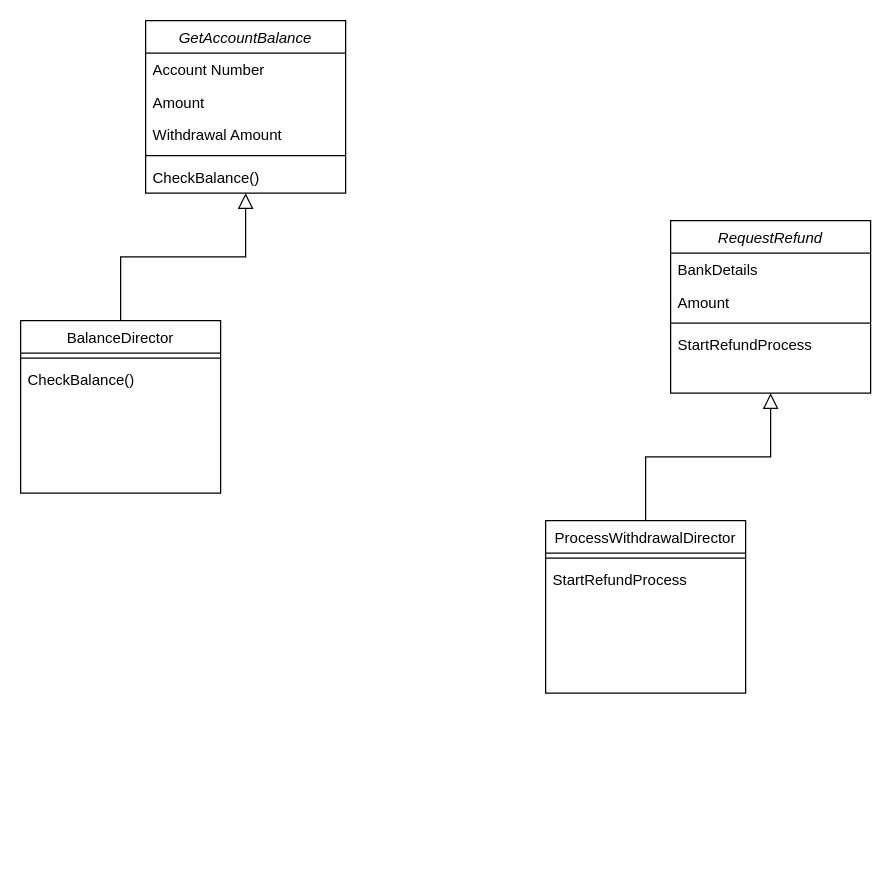
The draw.io diagram CashWithdrawalsClassDiagram.drawio in mattwatts36/drawings, before the edit. Source tidied: cells renumbered, new cells numbered last; positions are measured from the earlier drawing's top-left corner, leaving out a move shared by most shapes. Both pictures are drawn from the tidied source at 125%, with x=0, y=0 at pixel (20, 20).
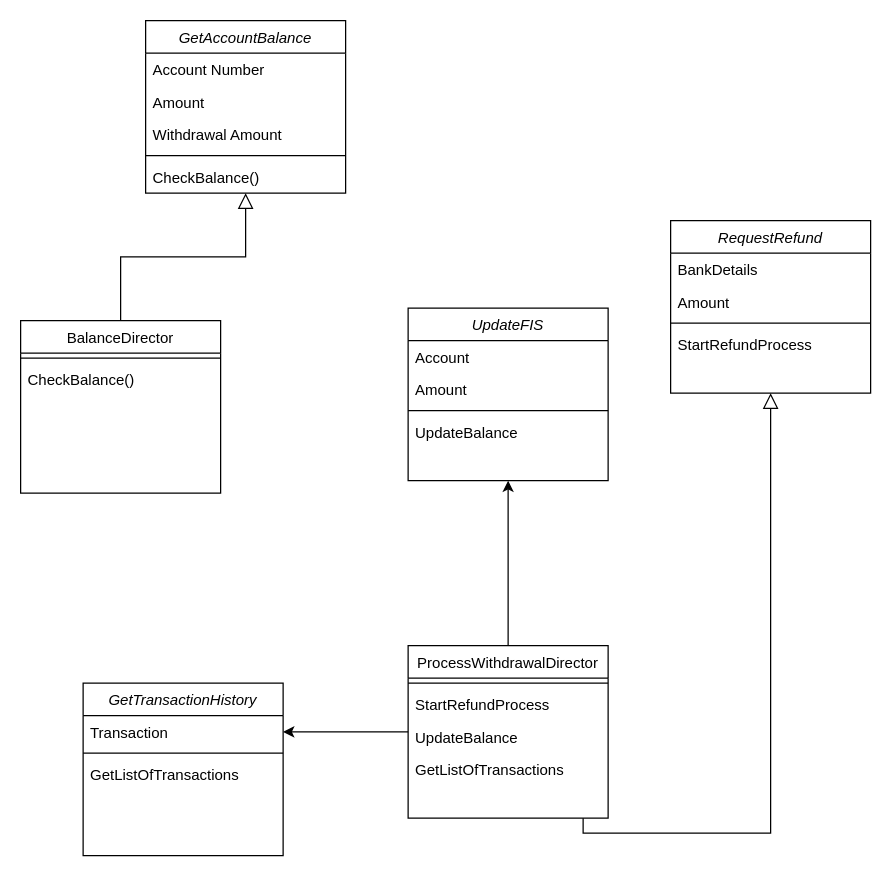
The same diagram, later.

Unchanged cells that the change refers to:
```xml
<mxCell id="12" value="RequestRefund" style="swimlane;fontStyle=2;align=center;verticalAlign=top;horizontal=1;startSize=26;rounded=0;shadow=0;strokeWidth=1;" parent="1" vertex="1">
  <mxGeometry x="520" y="160" width="160" height="138" as="geometry" />
</mxCell>
```

The edit, as a diff of the source:
```diff
@@
+    <mxCell id="21" style="edgeStyle=orthogonalEdgeStyle;rounded=0;jettySize=auto;html=1;entryX=0.5;entryY=1;entryDx=0;entryDy=0;" parent="1" edge="1" source="17" target="25">
+      <mxGeometry relative="1" as="geometry" />
+    </mxCell>
+    <mxCell id="22" style="edgeStyle=orthogonalEdgeStyle;rounded=0;jettySize=auto;html=1;" parent="1" edge="1" source="17" target="31">
+      <mxGeometry relative="1" as="geometry" />
+    </mxCell>
     <mxCell id="17" value="ProcessWithdrawalDirector" style="swimlane;fontStyle=0;align=center;verticalAlign=top;horizontal=1;startSize=26;rounded=0;shadow=0;strokeWidth=1;" parent="1" vertex="1">
-      <mxGeometry x="420" y="400" width="160" height="138" as="geometry" />
+      <mxGeometry x="310" y="500" width="160" height="138" as="geometry" />
     </mxCell>
@@
+    <mxCell id="23" value="UpdateBalance" style="text;align=left;verticalAlign=top;spacingLeft=4;spacingRight=4;overflow=hidden;" parent="17" vertex="1">
+      <mxGeometry y="60" width="160" height="26" as="geometry" />
+    </mxCell>
+    <mxCell id="24" value="GetListOfTransactions" style="text;align=left;verticalAlign=top;spacingLeft=4;spacingRight=4;overflow=hidden;" parent="17" vertex="1">
+      <mxGeometry y="86" width="160" height="26" as="geometry" />
+    </mxCell>
     <mxCell id="20" style="endArrow=block;endSize=10;endFill=0;shadow=0;strokeWidth=1;rounded=0;edgeStyle=elbowEdgeStyle;elbow=vertical;" parent="1" edge="1" source="17" target="12">
-      <mxGeometry relative="1" as="geometry" />
+      <mxGeometry relative="1" as="geometry">
+        <Array as="points">
+          <mxPoint x="450" y="650" />
+        </Array>
+      </mxGeometry>
     </mxCell>
+    <mxCell id="25" value="UpdateFIS" style="swimlane;fontStyle=2;align=center;verticalAlign=top;horizontal=1;startSize=26;rounded=0;shadow=0;strokeWidth=1;" parent="1" vertex="1">
+      <mxGeometry x="310" y="230" width="160" height="138" as="geometry" />
+    </mxCell>
+    <mxCell id="26" value="Account" style="text;align=left;verticalAlign=top;spacingLeft=4;spacingRight=4;overflow=hidden;" parent="25" vertex="1">
+      <mxGeometry y="26" width="160" height="26" as="geometry" />
+    </mxCell>
+    <mxCell id="27" value="Amount" style="text;align=left;verticalAlign=top;spacingLeft=4;spacingRight=4;overflow=hidden;rounded=0;shadow=0;html=0;" parent="25" vertex="1">
+      <mxGeometry y="52" width="160" height="26" as="geometry" />
+    </mxCell>
+    <mxCell id="28" style="line;html=1;strokeWidth=1;align=left;verticalAlign=middle;spacingTop=-1;spacingLeft=3;spacingRight=3;labelPosition=right;" parent="25" vertex="1">
+      <mxGeometry y="78" width="160" height="8" as="geometry" />
+    </mxCell>
+    <mxCell id="29" value="UpdateBalance" style="text;align=left;verticalAlign=top;spacingLeft=4;spacingRight=4;overflow=hidden;" parent="25" vertex="1">
+      <mxGeometry y="86" width="160" height="26" as="geometry" />
+    </mxCell>
+    <mxCell id="30" value="GetTransactionHistory" style="swimlane;fontStyle=2;align=center;verticalAlign=top;horizontal=1;startSize=26;rounded=0;shadow=0;strokeWidth=1;" parent="1" vertex="1">
+      <mxGeometry x="50" y="530" width="160" height="138" as="geometry" />
+    </mxCell>
+    <mxCell id="31" value="Transaction" style="text;align=left;verticalAlign=top;spacingLeft=4;spacingRight=4;overflow=hidden;points=[[0,0.5],[1,0.5]];portConstraint=eastwest;" parent="30" vertex="1">
+      <mxGeometry y="26" width="160" height="26" as="geometry" />
+    </mxCell>
+    <mxCell id="32" style="line;html=1;strokeWidth=1;align=left;verticalAlign=middle;spacingTop=-1;spacingLeft=3;spacingRight=3;labelPosition=right;" parent="30" vertex="1">
+      <mxGeometry y="52" width="160" height="8" as="geometry" />
+    </mxCell>
+    <mxCell id="33" value="GetListOfTransactions" style="text;align=left;verticalAlign=top;spacingLeft=4;spacingRight=4;overflow=hidden;" parent="30" vertex="1">
+      <mxGeometry y="60" width="160" height="26" as="geometry" />
+    </mxCell>
```
